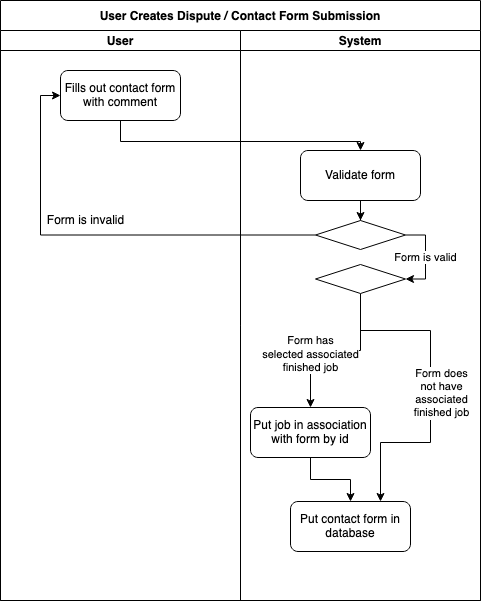
The draw.io diagram docs/ActivityDiagrams/user_creates_dispute.drawio.png in Simponic/JobFindr, before a commit. Source tidied: cells renumbered, new cells last; positions are measured from the earlier drawing's top-left corner, leaving out a move shared by most shapes. The source it was exported from:
```xml
<mxGraphModel>
  <root>
    <mxCell id="0" />
    <mxCell id="1" parent="0" />
    <mxCell id="2" value="User Creates Dispute / Contact Form Submission" style="swimlane;startSize=30;" parent="1" vertex="1">
      <mxGeometry width="480" height="600" as="geometry" />
    </mxCell>
    <mxCell id="3" value="User" style="swimlane;startSize=20;" parent="2" vertex="1">
      <mxGeometry y="30" width="240" height="570" as="geometry" />
    </mxCell>
    <mxCell id="4" value="Fills out contact form with comment" style="rounded=1;whiteSpace=wrap;html=1;" parent="3" vertex="1">
      <mxGeometry x="60" y="40" width="120" height="50" as="geometry" />
    </mxCell>
    <mxCell id="5" value="&lt;div&gt;Form is invalid&lt;/div&gt;" style="text;html=1;align=center;verticalAlign=middle;strokeColor=none;fillColor=none;" parent="3" vertex="1">
      <mxGeometry x="40" y="180" width="90" height="20" as="geometry" />
    </mxCell>
    <mxCell id="6" value="System" style="swimlane;startSize=20;" parent="2" vertex="1">
      <mxGeometry x="240" y="30" width="240" height="570" as="geometry" />
    </mxCell>
    <mxCell id="7" style="edgeStyle=orthogonalEdgeStyle;rounded=0;jettySize=auto;html=1;entryX=0.5;entryY=0;entryDx=0;entryDy=0;entryPerimeter=0;" parent="6" edge="1" source="8" target="17">
      <mxGeometry relative="1" as="geometry" />
    </mxCell>
    <mxCell id="8" value="Validate form" style="rounded=1;whiteSpace=wrap;html=1;" parent="6" vertex="1">
      <mxGeometry x="60" y="120" width="120" height="50" as="geometry" />
    </mxCell>
    <mxCell id="9" value="&lt;div&gt;Form has &lt;br&gt;&lt;/div&gt;&lt;div&gt;selected associated&lt;/div&gt;&lt;div&gt;finished job&lt;br&gt;&lt;/div&gt;" style="edgeStyle=orthogonalEdgeStyle;rounded=0;jettySize=auto;html=1;entryX=0.5;entryY=0;entryDx=0;entryDy=0;" parent="6" edge="1" source="10" target="12">
      <mxGeometry x="0.35" relative="1" as="geometry" />
    </mxCell>
    <mxCell id="10" style="strokeWidth=1;html=1;shape=mxgraph.flowchart.decision;whiteSpace=wrap;" parent="6" vertex="1">
      <mxGeometry x="75" y="234" width="90" height="29" as="geometry" />
    </mxCell>
    <mxCell id="11" style="edgeStyle=orthogonalEdgeStyle;rounded=0;jettySize=auto;html=1;entryX=0.5;entryY=0;entryDx=0;entryDy=0;" parent="6" edge="1" source="12" target="13">
      <mxGeometry relative="1" as="geometry" />
    </mxCell>
    <mxCell id="12" value="Put job in association with form by id" style="rounded=1;whiteSpace=wrap;html=1;" parent="6" vertex="1">
      <mxGeometry x="10" y="377" width="120" height="50" as="geometry" />
    </mxCell>
    <mxCell id="13" value="Put contact form in database" style="rounded=1;whiteSpace=wrap;html=1;" parent="6" vertex="1">
      <mxGeometry x="50" y="471" width="120" height="50" as="geometry" />
    </mxCell>
    <mxCell id="14" style="edgeStyle=orthogonalEdgeStyle;rounded=0;jettySize=auto;html=1;entryX=0.75;entryY=0;entryDx=0;entryDy=0;" parent="6" edge="1" target="13">
      <mxGeometry relative="1" as="geometry">
        <mxPoint x="120" y="270" as="sourcePoint" />
        <Array as="points">
          <mxPoint x="120" y="300" />
          <mxPoint x="190" y="300" />
          <mxPoint x="190" y="412" />
          <mxPoint x="140" y="412" />
        </Array>
      </mxGeometry>
    </mxCell>
    <mxCell id="15" value="&lt;div&gt;Form does &lt;br&gt;&lt;/div&gt;&lt;div&gt;not have &lt;br&gt;&lt;/div&gt;&lt;div&gt;associated&lt;/div&gt;&lt;div&gt;finished job&lt;br&gt;&lt;/div&gt;" style="edgeLabel;html=1;align=center;verticalAlign=middle;" parent="14" vertex="1">
      <mxGeometry x="0.02" y="3" relative="1" as="geometry">
        <mxPoint x="7" y="-2" as="offset" />
      </mxGeometry>
    </mxCell>
    <mxCell id="16" value="Form is valid" style="edgeStyle=orthogonalEdgeStyle;rounded=0;jettySize=auto;html=1;entryX=1;entryY=0.5;entryDx=0;entryDy=0;entryPerimeter=0;" parent="6" edge="1" source="17" target="10">
      <mxGeometry relative="1" as="geometry">
        <Array as="points">
          <mxPoint x="185" y="205" />
          <mxPoint x="185" y="249" />
        </Array>
      </mxGeometry>
    </mxCell>
    <mxCell id="17" style="strokeWidth=1;html=1;shape=mxgraph.flowchart.decision;whiteSpace=wrap;" parent="6" vertex="1">
      <mxGeometry x="75" y="190" width="90" height="29" as="geometry" />
    </mxCell>
    <mxCell id="18" style="edgeStyle=orthogonalEdgeStyle;rounded=0;jettySize=auto;html=1;entryX=0.5;entryY=0;entryDx=0;entryDy=0;" parent="2" edge="1" source="4" target="8">
      <mxGeometry relative="1" as="geometry">
        <Array as="points">
          <mxPoint x="120" y="141" />
          <mxPoint x="360" y="141" />
        </Array>
      </mxGeometry>
    </mxCell>
    <mxCell id="19" style="edgeStyle=orthogonalEdgeStyle;rounded=0;jettySize=auto;html=1;entryX=0;entryY=0.5;entryDx=0;entryDy=0;" parent="2" edge="1" source="17" target="4">
      <mxGeometry relative="1" as="geometry" />
    </mxCell>
  </root>
</mxGraphModel>
```
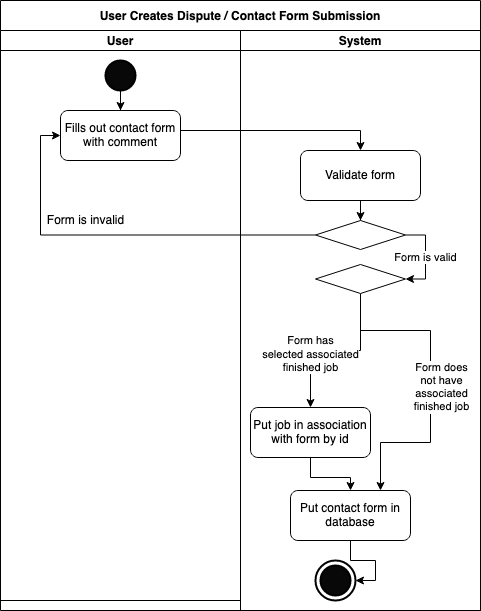
After the change.

What changed in the source:
```diff
@@ -3,19 +3,25 @@
     <mxCell id="0" />
     <mxCell id="1" parent="0" />
     <mxCell id="2" value="User Creates Dispute / Contact Form Submission" style="swimlane;startSize=30;" parent="1" vertex="1">
-      <mxGeometry width="480" height="600" as="geometry" />
+      <mxGeometry width="480" height="610" as="geometry" />
     </mxCell>
     <mxCell id="3" value="User" style="swimlane;startSize=20;" parent="2" vertex="1">
       <mxGeometry y="30" width="240" height="570" as="geometry" />
     </mxCell>
     <mxCell id="4" value="Fills out contact form with comment" style="rounded=1;whiteSpace=wrap;html=1;" parent="3" vertex="1">
-      <mxGeometry x="60" y="40" width="120" height="50" as="geometry" />
+      <mxGeometry x="60" y="80" width="120" height="50" as="geometry" />
     </mxCell>
     <mxCell id="5" value="&lt;div&gt;Form is invalid&lt;/div&gt;" style="text;html=1;align=center;verticalAlign=middle;strokeColor=none;fillColor=none;" parent="3" vertex="1">
       <mxGeometry x="40" y="180" width="90" height="20" as="geometry" />
     </mxCell>
+    <mxCell id="20" style="edgeStyle=orthogonalEdgeStyle;rounded=0;jettySize=auto;html=1;entryX=0.5;entryY=0;entryDx=0;entryDy=0;" parent="3" edge="1" source="21" target="4">
+      <mxGeometry relative="1" as="geometry" />
+    </mxCell>
+    <mxCell id="21" style="strokeWidth=2;html=1;shape=mxgraph.flowchart.start_2;whiteSpace=wrap;fillColor=#080808;" parent="3" vertex="1">
+      <mxGeometry x="105" y="30" width="30" height="30" as="geometry" />
+    </mxCell>
     <mxCell id="6" value="System" style="swimlane;startSize=20;" parent="2" vertex="1">
-      <mxGeometry x="240" y="30" width="240" height="570" as="geometry" />
+      <mxGeometry x="240" y="30" width="240" height="580" as="geometry" />
     </mxCell>
     <mxCell id="7" style="edgeStyle=orthogonalEdgeStyle;rounded=0;jettySize=auto;html=1;entryX=0.5;entryY=0;entryDx=0;entryDy=0;entryPerimeter=0;" parent="6" edge="1" source="8" target="17">
       <mxGeometry relative="1" as="geometry" />
@@ -35,8 +41,11 @@
     <mxCell id="12" value="Put job in association with form by id" style="rounded=1;whiteSpace=wrap;html=1;" parent="6" vertex="1">
       <mxGeometry x="10" y="377" width="120" height="50" as="geometry" />
     </mxCell>
+    <mxCell id="22" style="edgeStyle=orthogonalEdgeStyle;rounded=0;jettySize=auto;html=1;entryX=1;entryY=0.5;entryDx=0;entryDy=0;entryPerimeter=0;" parent="6" edge="1" source="13" target="23">
+      <mxGeometry relative="1" as="geometry" />
+    </mxCell>
     <mxCell id="13" value="Put contact form in database" style="rounded=1;whiteSpace=wrap;html=1;" parent="6" vertex="1">
-      <mxGeometry x="50" y="471" width="120" height="50" as="geometry" />
+      <mxGeometry x="50" y="460" width="120" height="50" as="geometry" />
     </mxCell>
     <mxCell id="14" style="edgeStyle=orthogonalEdgeStyle;rounded=0;jettySize=auto;html=1;entryX=0.75;entryY=0;entryDx=0;entryDy=0;" parent="6" edge="1" target="13">
       <mxGeometry relative="1" as="geometry">
@@ -65,16 +74,21 @@
     <mxCell id="17" style="strokeWidth=1;html=1;shape=mxgraph.flowchart.decision;whiteSpace=wrap;" parent="6" vertex="1">
       <mxGeometry x="75" y="190" width="90" height="29" as="geometry" />
     </mxCell>
+    <mxCell id="23" style="strokeWidth=2;html=1;shape=mxgraph.flowchart.start_2;whiteSpace=wrap;" parent="6" vertex="1">
+      <mxGeometry x="75" y="530" width="40" height="40" as="geometry" />
+    </mxCell>
+    <mxCell id="24" style="strokeWidth=2;html=1;shape=mxgraph.flowchart.start_2;whiteSpace=wrap;fillColor=#080808;" parent="6" vertex="1">
+      <mxGeometry x="80" y="535" width="30" height="30" as="geometry" />
+    </mxCell>
+    <mxCell id="19" style="edgeStyle=orthogonalEdgeStyle;rounded=0;jettySize=auto;html=1;entryX=0;entryY=0.5;entryDx=0;entryDy=0;" parent="2" edge="1" source="17" target="4">
+      <mxGeometry relative="1" as="geometry" />
+    </mxCell>
     <mxCell id="18" style="edgeStyle=orthogonalEdgeStyle;rounded=0;jettySize=auto;html=1;entryX=0.5;entryY=0;entryDx=0;entryDy=0;" parent="2" edge="1" source="4" target="8">
       <mxGeometry relative="1" as="geometry">
         <Array as="points">
-          <mxPoint x="120" y="141" />
-          <mxPoint x="360" y="141" />
+          <mxPoint x="360" y="130" />
         </Array>
       </mxGeometry>
     </mxCell>
-    <mxCell id="19" style="edgeStyle=orthogonalEdgeStyle;rounded=0;jettySize=auto;html=1;entryX=0;entryY=0.5;entryDx=0;entryDy=0;" parent="2" edge="1" source="17" target="4">
-      <mxGeometry relative="1" as="geometry" />
-    </mxCell>
   </root>
 </mxGraphModel>
```
